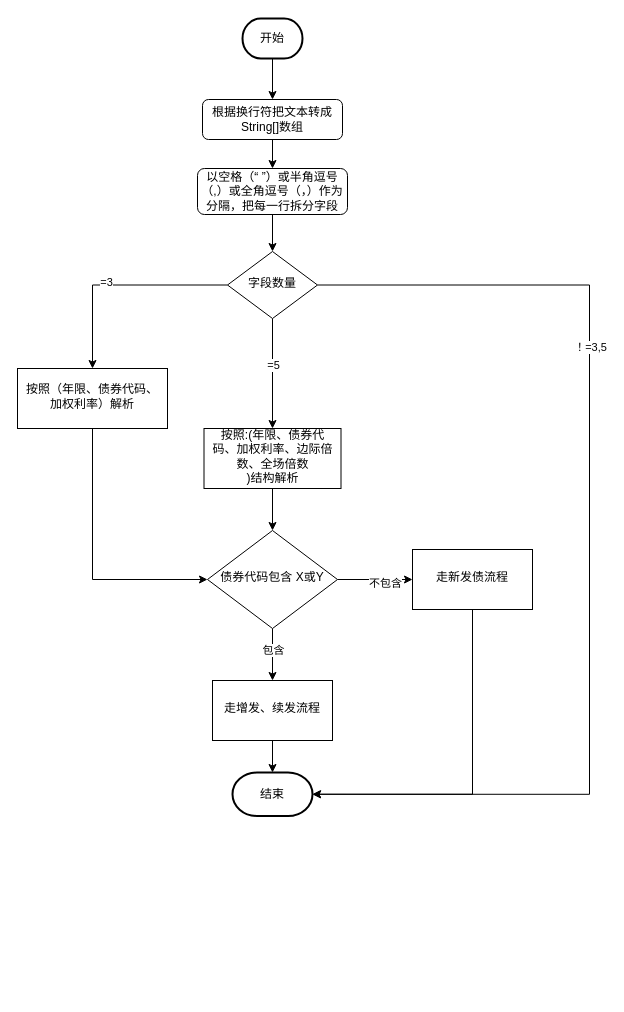
The draw.io diagram BD政金债结构解析流程.drawio in xbluckly/test, before the edit. Source tidied: cells renumbered, new cells numbered last; positions are measured from the earlier drawing's top-left corner, leaving out a move shared by most shapes. Both pictures are drawn from the tidied source at 100%, with x=0, y=0 at pixel (17, 18).
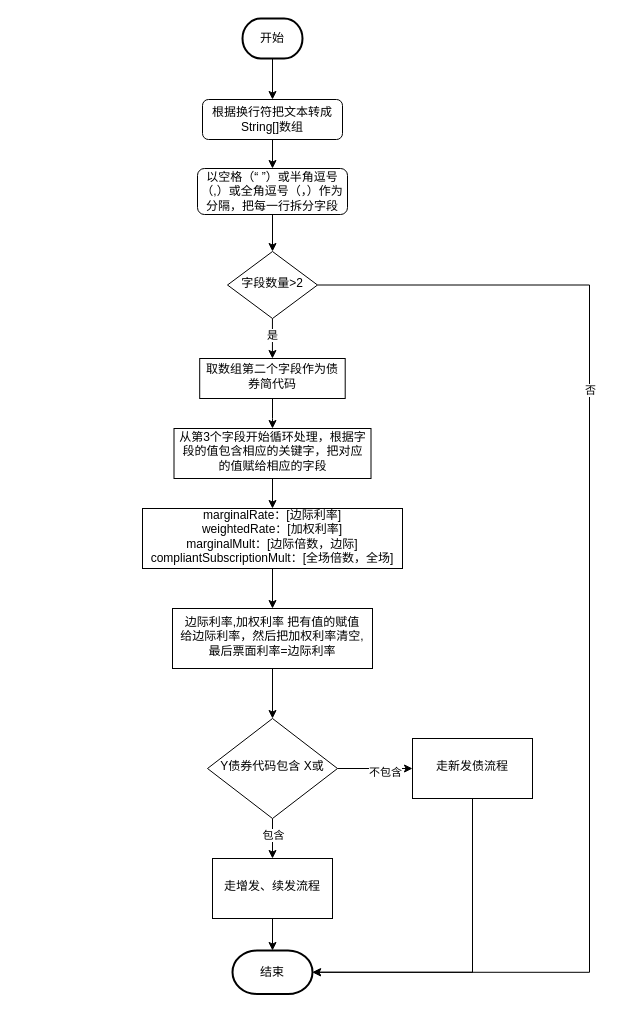
Above is the later version.

Commit message:
更新BD政金债结构解析流程.drawio

The change refers to these unchanged cells:
```xml
<mxCell id="14" value="&lt;div&gt;&lt;div class=&quot;old-record-id-WZW5dhf2ooNl1qxLG0lcdsG0n3e&quot;&gt;以空格（“ ”）或半角逗号（,）或全角逗号（，）作为分隔，把每一行拆分字段&lt;/div&gt;&lt;/div&gt;&lt;span class=&quot;lark-record-clipboard&quot; data-lark-record-data=&quot;{&amp;quot;rootId&amp;quot;:&amp;quot;Aed7douATo9B6cx0R7Rc3emsnXd&amp;quot;,&amp;quot;text&amp;quot;:{&amp;quot;initialAttributedTexts&amp;quot;:{&amp;quot;text&amp;quot;:{&amp;quot;0&amp;quot;:&amp;quot;以空格（“ ”）或半角逗号（,）或全角逗号（，）作为分隔，拆分元素&amp;quot;},&amp;quot;attribs&amp;quot;:{&amp;quot;0&amp;quot;:&amp;quot;*0+x&amp;quot;}},&amp;quot;apool&amp;quot;:{&amp;quot;numToAttrib&amp;quot;:{&amp;quot;0&amp;quot;:[&amp;quot;author&amp;quot;,&amp;quot;7403194829083705347&amp;quot;]},&amp;quot;nextNum&amp;quot;:1}},&amp;quot;type&amp;quot;:&amp;quot;text&amp;quot;,&amp;quot;referenceRecordMap&amp;quot;:{},&amp;quot;extra&amp;quot;:{&amp;quot;channel&amp;quot;:&amp;quot;saas&amp;quot;,&amp;quot;isEqualBlockSelection&amp;quot;:false,&amp;quot;pasteRandomId&amp;quot;:&amp;quot;011ff010-0866-426b-a94f-de44540d47f7&amp;quot;,&amp;quot;mention_page_title&amp;quot;:{},&amp;quot;external_mention_url&amp;quot;:{}},&amp;quot;isKeepQuoteContainer&amp;quot;:false,&amp;quot;isFromCode&amp;quot;:false,&amp;quot;selection&amp;quot;:[{&amp;quot;id&amp;quot;:1293,&amp;quot;type&amp;quot;:&amp;quot;text&amp;quot;,&amp;quot;selection&amp;quot;:{&amp;quot;start&amp;quot;:4,&amp;quot;end&amp;quot;:37},&amp;quot;recordId&amp;quot;:&amp;quot;WZW5dhf2ooNl1qxLG0lcdsG0n3e&amp;quot;}],&amp;quot;payloadMap&amp;quot;:{},&amp;quot;isCut&amp;quot;:false}&quot;&gt;&lt;/span&gt;" style="whiteSpace=wrap;html=1;rounded=1;glass=0;strokeWidth=1;shadow=0;" parent="1" vertex="1">
  <mxGeometry x="180" y="150" width="150" height="46" as="geometry" />
</mxCell>
```

The edit, as a diff of the source:
```diff
@@
-    <mxCell id="2" style="edgeStyle=orthogonalEdgeStyle;rounded=0;jettySize=auto;html=1;entryX=1;entryY=0.5;entryDx=0;entryDy=0;entryPerimeter=0;" parent="1" edge="1" source="8" target="24">
-      <mxGeometry relative="1" as="geometry">
-        <Array as="points">
-          <mxPoint x="572" y="267" />
-          <mxPoint x="572" y="776" />
-        </Array>
-      </mxGeometry>
-    </mxCell>
-    <mxCell id="3" value="！=3,5" style="edgeLabel;html=1;align=center;verticalAlign=middle;" parent="2" vertex="1">
-      <mxGeometry x="-0.37" relative="1" as="geometry">
-        <mxPoint y="1" as="offset" />
-      </mxGeometry>
-    </mxCell>
-    <mxCell id="4" style="edgeStyle=orthogonalEdgeStyle;rounded=0;jettySize=auto;html=1;entryX=0.5;entryY=0;entryDx=0;entryDy=0;" parent="1" edge="1" source="8" target="16">
-      <mxGeometry relative="1" as="geometry" />
-    </mxCell>
-    <mxCell id="5" value="=3" style="edgeLabel;html=1;align=center;verticalAlign=middle;" parent="4" vertex="1">
-      <mxGeometry x="0.12" y="-3" relative="1" as="geometry" />
-    </mxCell>
-    <mxCell id="6" style="edgeStyle=orthogonalEdgeStyle;rounded=0;jettySize=auto;html=1;entryX=0.5;entryY=0;entryDx=0;entryDy=0;" parent="1" edge="1" source="8" target="18">
-      <mxGeometry relative="1" as="geometry" />
-    </mxCell>
-    <mxCell id="7" value="=5" style="edgeLabel;html=1;align=center;verticalAlign=middle;" parent="6" vertex="1">
-      <mxGeometry x="-0.17" relative="1" as="geometry" />
-    </mxCell>
-    <mxCell id="8" value="字段数量" style="rhombus;whiteSpace=wrap;html=1;shadow=0;fontFamily=Helvetica;fontSize=12;align=center;strokeWidth=1;spacing=6;spacingTop=-4;" parent="1" vertex="1">
-      <mxGeometry x="210" y="233" width="90" height="67" as="geometry" />
-    </mxCell>
+    <mxCell id="29" style="edgeStyle=orthogonalEdgeStyle;rounded=0;jettySize=auto;html=1;entryX=1;entryY=0.5;entryDx=0;entryDy=0;entryPerimeter=0;" parent="1" edge="1" source="33" target="24">
+      <mxGeometry relative="1" as="geometry">
+        <Array as="points">
+          <mxPoint x="572" y="267" />
+          <mxPoint x="572" y="954" />
+        </Array>
+      </mxGeometry>
+    </mxCell>
+    <mxCell id="30" value="否" style="edgeLabel;html=1;align=center;verticalAlign=middle;" parent="29" vertex="1">
+      <mxGeometry x="-0.39" relative="1" as="geometry" />
+    </mxCell>
+    <mxCell id="31" style="edgeStyle=orthogonalEdgeStyle;rounded=0;jettySize=auto;html=1;entryX=0.5;entryY=0;entryDx=0;entryDy=0;" parent="1" edge="1" source="33" target="36">
+      <mxGeometry relative="1" as="geometry" />
+    </mxCell>
+    <mxCell id="32" value="是" style="edgeLabel;html=1;align=center;verticalAlign=middle;" parent="31" vertex="1">
+      <mxGeometry x="-0.17" relative="1" as="geometry" />
+    </mxCell>
+    <mxCell id="33" value="字段数量&amp;gt;2" style="rhombus;whiteSpace=wrap;html=1;shadow=0;fontFamily=Helvetica;fontSize=12;align=center;strokeWidth=1;spacing=6;spacingTop=-4;" parent="1" vertex="1">
+      <mxGeometry x="210" y="233" width="90" height="67" as="geometry" />
+    </mxCell>
@@
-    <mxCell id="13" style="edgeStyle=orthogonalEdgeStyle;rounded=0;jettySize=auto;html=1;" parent="1" edge="1" source="14" target="8">
-      <mxGeometry relative="1" as="geometry" />
-    </mxCell>
+    <mxCell id="34" style="edgeStyle=orthogonalEdgeStyle;rounded=0;jettySize=auto;html=1;" parent="1" edge="1" source="14" target="33">
+      <mxGeometry relative="1" as="geometry" />
+    </mxCell>
@@
-    <mxCell id="15" style="edgeStyle=orthogonalEdgeStyle;rounded=0;jettySize=auto;html=1;entryX=0;entryY=0.5;entryDx=0;entryDy=0;exitX=0.5;exitY=1;exitDx=0;exitDy=0;" parent="1" edge="1" source="16" target="23">
-      <mxGeometry relative="1" as="geometry" />
-    </mxCell>
-    <mxCell id="16" value="&lt;font&gt;&lt;font&gt;&lt;font&gt;&lt;font&gt;按照（&lt;span style=&quot;background-color: transparent;&quot;&gt;年限、债券代码、加权利率&lt;/span&gt;&lt;/font&gt;&lt;font&gt;）解析&lt;/font&gt;&lt;/font&gt;&lt;/font&gt;&lt;br&gt;&lt;/font&gt;" style="whiteSpace=wrap;html=1;shadow=0;strokeWidth=1;spacing=6;spacingTop=-4;" parent="1" vertex="1">
-      <mxGeometry y="350" width="150" height="60" as="geometry" />
-    </mxCell>
-    <mxCell id="17" style="edgeStyle=orthogonalEdgeStyle;rounded=0;jettySize=auto;html=1;entryX=0.5;entryY=0;entryDx=0;entryDy=0;" parent="1" edge="1" source="18" target="23">
-      <mxGeometry relative="1" as="geometry" />
-    </mxCell>
-    <mxCell id="18" value="&lt;font&gt;按照:(&lt;/font&gt;&lt;span style=&quot;background-color: transparent;&quot;&gt;年限、债券代码、加权利率、边际倍数、全场倍数&lt;/span&gt;&lt;br&gt;&lt;span class=&quot;lark-record-clipboard&quot; data-lark-record-data=&quot;{&amp;quot;rootId&amp;quot;:&amp;quot;Aed7douATo9B6cx0R7Rc3emsnXd&amp;quot;,&amp;quot;text&amp;quot;:{&amp;quot;initialAttributedTexts&amp;quot;:{&amp;quot;text&amp;quot;:{&amp;quot;0&amp;quot;:&amp;quot;年限、债券代码、加权利率、边际倍数、全场倍数&amp;quot;},&amp;quot;attribs&amp;quot;:{&amp;quot;0&amp;quot;:&amp;quot;*0+m&amp;quot;}},&amp;quot;apool&amp;quot;:{&amp;quot;numToAttrib&amp;quot;:{&amp;quot;0&amp;quot;:[&amp;quot;author&amp;quot;,&amp;quot;7403194829083705347&amp;quot;]},&amp;quot;nextNum&amp;quot;:1}},&amp;quot;type&amp;quot;:&amp;quot;text&amp;quot;,&amp;quot;referenceRecordMap&amp;quot;:{},&amp;quot;extra&amp;quot;:{&amp;quot;channel&amp;quot;:&amp;quot;saas&amp;quot;,&amp;quot;isEqualBlockSelection&amp;quot;:false,&amp;quot;pasteRandomId&amp;quot;:&amp;quot;116dd224-9e3d-4e98-ae17-5e01dd5c6781&amp;quot;,&amp;quot;mention_page_title&amp;quot;:{},&amp;quot;external_mention_url&amp;quot;:{}},&amp;quot;isKeepQuoteContainer&amp;quot;:false,&amp;quot;isFromCode&amp;quot;:false,&amp;quot;selection&amp;quot;:[{&amp;quot;id&amp;quot;:1310,&amp;quot;type&amp;quot;:&amp;quot;text&amp;quot;,&amp;quot;selection&amp;quot;:{&amp;quot;start&amp;quot;:5,&amp;quot;end&amp;quot;:27},&amp;quot;recordId&amp;quot;:&amp;quot;V9vXdZUH9oGomRxDQMucjXccnVf&amp;quot;}],&amp;quot;payloadMap&amp;quot;:{},&amp;quot;isCut&amp;quot;:false}&quot;&gt;&lt;/span&gt;&lt;font&gt;)结构解析&lt;/font&gt;" style="whiteSpace=wrap;html=1;shadow=0;strokeWidth=1;spacing=6;spacingTop=-4;" parent="1" vertex="1">
-      <mxGeometry x="186.5" y="410" width="137" height="60" as="geometry" />
-    </mxCell>
-    <mxCell id="19" style="edgeStyle=orthogonalEdgeStyle;rounded=0;jettySize=auto;html=1;" parent="1" edge="1" source="23" target="26">
-      <mxGeometry relative="1" as="geometry" />
-    </mxCell>
+    <mxCell id="35" style="edgeStyle=orthogonalEdgeStyle;rounded=0;jettySize=auto;html=1;" parent="1" edge="1" source="36" target="38">
+      <mxGeometry relative="1" as="geometry" />
+    </mxCell>
+    <mxCell id="36" value="取数组第二个字段作为债券简代码" style="whiteSpace=wrap;html=1;shadow=0;strokeWidth=1;spacing=6;spacingTop=-4;" parent="1" vertex="1">
+      <mxGeometry x="182.2" y="340" width="145.5" height="40" as="geometry" />
+    </mxCell>
+    <mxCell id="37" style="edgeStyle=orthogonalEdgeStyle;rounded=0;jettySize=auto;html=1;" parent="1" edge="1" source="38" target="43">
+      <mxGeometry relative="1" as="geometry" />
+    </mxCell>
+    <mxCell id="38" value="从第3个字段开始循环处理，根据字段的值包含相应的关键字，把对应的值赋给相应的字段" style="whiteSpace=wrap;html=1;shadow=0;strokeWidth=1;spacing=6;spacingTop=-4;" parent="1" vertex="1">
+      <mxGeometry x="156.5" y="410" width="197" height="50" as="geometry" />
+    </mxCell>
+    <mxCell id="39" style="edgeStyle=orthogonalEdgeStyle;rounded=0;jettySize=auto;html=1;" parent="1" edge="1" source="41" target="26">
+      <mxGeometry relative="1" as="geometry" />
+    </mxCell>
-    <mxCell id="20" value="包含" style="edgeLabel;html=1;align=center;verticalAlign=middle;" parent="19" vertex="1">
+    <mxCell id="20" value="包含" style="edgeLabel;html=1;align=center;verticalAlign=middle;" parent="39" vertex="1">
       <mxGeometry x="-0.18" relative="1" as="geometry" />
     </mxCell>
-    <mxCell id="21" style="edgeStyle=orthogonalEdgeStyle;rounded=0;jettySize=auto;html=1;" parent="1" edge="1" source="23" target="28">
-      <mxGeometry relative="1" as="geometry" />
-    </mxCell>
+    <mxCell id="40" style="edgeStyle=orthogonalEdgeStyle;rounded=0;jettySize=auto;html=1;" parent="1" edge="1" source="41" target="28">
+      <mxGeometry relative="1" as="geometry" />
+    </mxCell>
-    <mxCell id="22" value="不包含" style="edgeLabel;html=1;align=center;verticalAlign=middle;" parent="21" vertex="1">
+    <mxCell id="22" value="不包含" style="edgeLabel;html=1;align=center;verticalAlign=middle;" parent="40" vertex="1">
       <mxGeometry x="0.25" y="-3" relative="1" as="geometry" />
     </mxCell>
-    <mxCell id="23" value="债券代码包含 X或Y" style="rhombus;whiteSpace=wrap;html=1;shadow=0;strokeWidth=1;spacing=6;spacingTop=-4;" parent="1" vertex="1">
-      <mxGeometry x="190" y="512" width="130" height="98" as="geometry" />
-    </mxCell>
+    <mxCell id="41" value="Y债券代码包含 X或" style="rhombus;whiteSpace=wrap;html=1;shadow=0;strokeWidth=1;spacing=6;spacingTop=-4;" parent="1" vertex="1">
+      <mxGeometry x="190" y="700" width="130" height="100" as="geometry" />
+    </mxCell>
     <mxCell id="24" value="结束" style="strokeWidth=2;html=1;shape=mxgraph.flowchart.terminator;whiteSpace=wrap;" parent="1" vertex="1">
-      <mxGeometry x="215" y="754" width="80" height="43.5" as="geometry" />
+      <mxGeometry x="215" y="932" width="80" height="43.5" as="geometry" />
     </mxCell>
@@
     <mxCell id="26" value="走增发、续发流程" style="whiteSpace=wrap;html=1;shadow=0;strokeWidth=1;spacing=6;spacingTop=-4;" parent="1" vertex="1">
-      <mxGeometry x="195" y="662" width="120" height="60" as="geometry" />
+      <mxGeometry x="195" y="840" width="120" height="60" as="geometry" />
     </mxCell>
@@
     <mxCell id="28" value="走新发债流程" style="whiteSpace=wrap;html=1;shadow=0;strokeWidth=1;spacing=6;spacingTop=-4;" parent="1" vertex="1">
-      <mxGeometry x="395" y="531" width="120" height="60" as="geometry" />
+      <mxGeometry x="395" y="720" width="120" height="60" as="geometry" />
     </mxCell>
+    <mxCell id="42" style="edgeStyle=orthogonalEdgeStyle;rounded=0;jettySize=auto;html=1;" parent="1" edge="1" source="43" target="45">
+      <mxGeometry relative="1" as="geometry" />
+    </mxCell>
+    <mxCell id="43" value="&lt;div&gt;marginalRate：[边际利率]&lt;/div&gt;&lt;div&gt;weightedRate：[加权利率]&lt;/div&gt;&lt;div&gt;marginalMult：[边际倍数，边际]&lt;/div&gt;&lt;div&gt;compliantSubscriptionMult：[全场倍数，全场]&lt;/div&gt;" style="whiteSpace=wrap;html=1;shadow=0;strokeWidth=1;spacing=6;spacingTop=-4;" parent="1" vertex="1">
+      <mxGeometry x="125" y="490" width="260" height="60" as="geometry" />
+    </mxCell>
+    <mxCell id="44" style="edgeStyle=orthogonalEdgeStyle;rounded=0;jettySize=auto;html=1;" parent="1" edge="1" source="45" target="41">
+      <mxGeometry relative="1" as="geometry" />
+    </mxCell>
+    <mxCell id="45" value="&lt;div&gt;边际利率,加权利率 把有值的赋值&lt;/div&gt;&lt;div&gt;给边际利率，然后把加权利率清空,最后票面利率=边际利率&lt;/div&gt;" style="whiteSpace=wrap;html=1;shadow=0;strokeWidth=1;spacing=6;spacingTop=-4;" parent="1" vertex="1">
+      <mxGeometry x="155" y="590" width="200" height="60" as="geometry" />
+    </mxCell>
```
